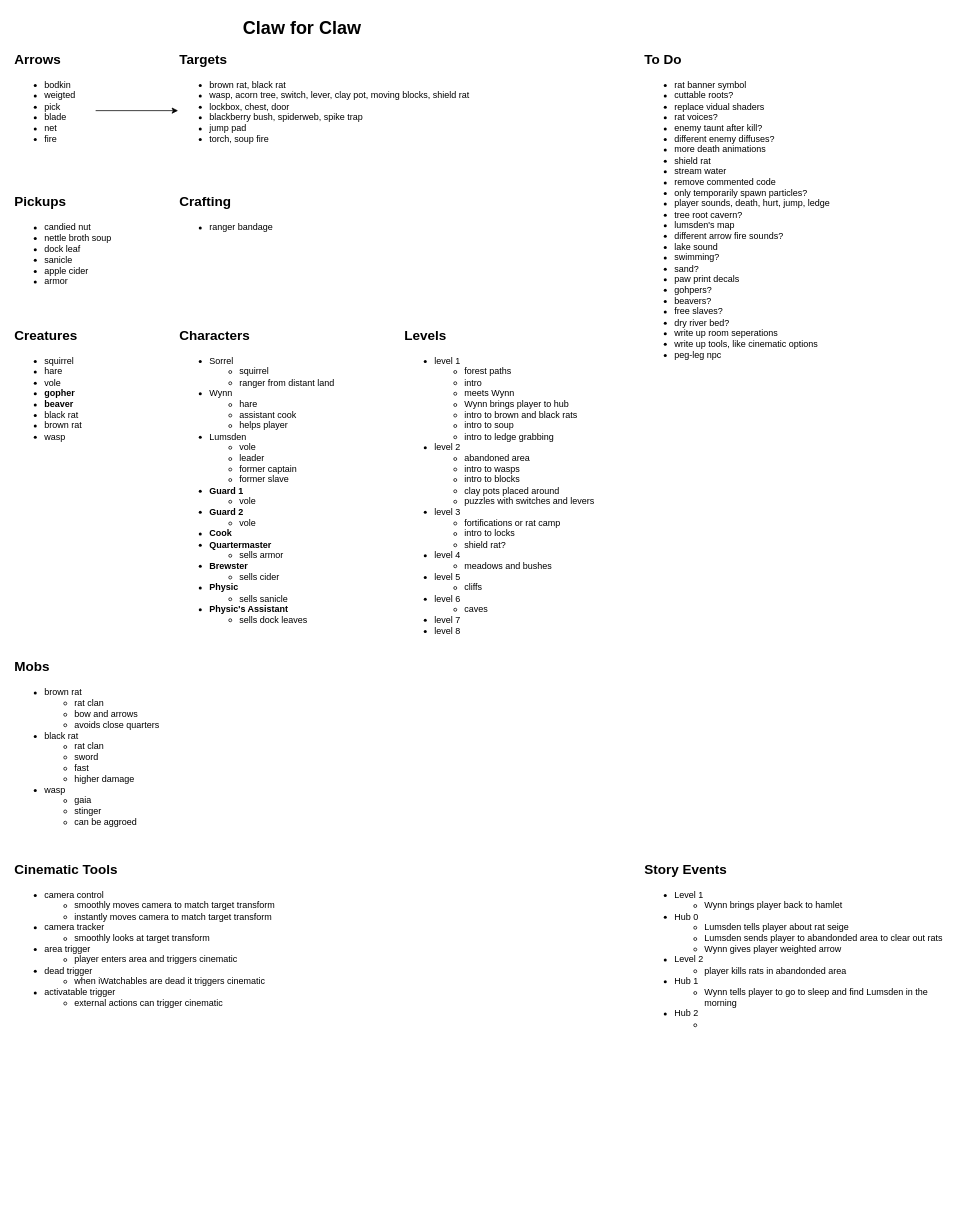
Above: Planning/design-doc.drawio in camerondedore/Godot-Project-3 (draw.io), before the change. Source tidied: cells renumbered, new cells numbered last; positions are measured from the earlier drawing's top-left corner, leaving out a move shared by most shapes. Both pictures are drawn from the tidied source at 75%, with x=0, y=0 at pixel (13, 13).
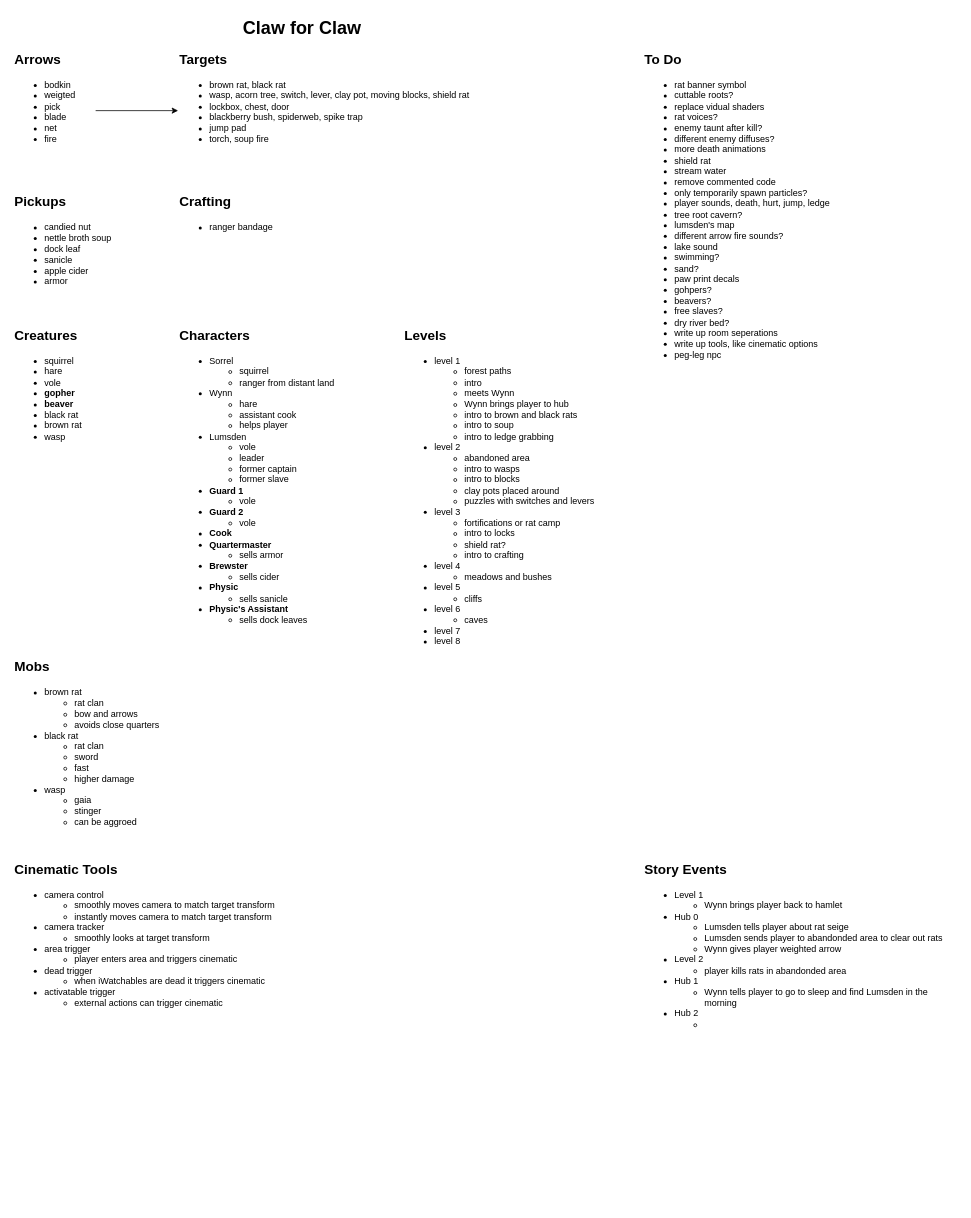
The same diagram, later.

Commit message (it also covers changes not shown here):
working on hub level

The edit, as a diff of the source:
```diff
@@
-    <mxCell id="17" value="&lt;ul&gt;&lt;li&gt;level 1&lt;/li&gt;&lt;ul&gt;&lt;li&gt;forest paths&lt;/li&gt;&lt;li&gt;intro&lt;/li&gt;&lt;li&gt;meets Wynn&lt;/li&gt;&lt;li&gt;Wynn brings player to hub&lt;/li&gt;&lt;li&gt;intro to brown and black rats&lt;/li&gt;&lt;li&gt;intro to soup&lt;/li&gt;&lt;li&gt;intro to ledge grabbing&lt;/li&gt;&lt;/ul&gt;&lt;li&gt;level 2&lt;/li&gt;&lt;ul&gt;&lt;li&gt;abandoned area&lt;/li&gt;&lt;li&gt;intro to wasps&lt;/li&gt;&lt;li&gt;intro to blocks&lt;/li&gt;&lt;li&gt;clay pots placed around&lt;/li&gt;&lt;li&gt;puzzles with switches and levers&lt;/li&gt;&lt;/ul&gt;&lt;li&gt;level 3&lt;/li&gt;&lt;ul&gt;&lt;li&gt;fortifications or rat camp&lt;/li&gt;&lt;li&gt;intro to locks&lt;/li&gt;&lt;li&gt;&lt;span style=&quot;background-color: transparent; color: light-dark(rgb(0, 0, 0), rgb(255, 255, 255));&quot;&gt;shield rat?&lt;/span&gt;&lt;br&gt;&lt;/li&gt;&lt;/ul&gt;&lt;li&gt;level 4&lt;/li&gt;&lt;ul&gt;&lt;li&gt;meadows and bushes&lt;/li&gt;&lt;/ul&gt;&lt;li&gt;level 5&lt;/li&gt;&lt;ul&gt;&lt;li&gt;cliffs&lt;/li&gt;&lt;/ul&gt;&lt;li&gt;level 6&lt;/li&gt;&lt;ul&gt;&lt;li&gt;caves&lt;/li&gt;&lt;/ul&gt;&lt;li&gt;level 7&lt;/li&gt;&lt;li&gt;level 8&lt;/li&gt;&lt;/ul&gt;" style="text;html=1;align=left;verticalAlign=top;whiteSpace=wrap;rounded=0;" parent="1" vertex="1">
+    <mxCell id="17" value="&lt;ul&gt;&lt;li&gt;level 1&lt;/li&gt;&lt;ul&gt;&lt;li&gt;forest paths&lt;/li&gt;&lt;li&gt;intro&lt;/li&gt;&lt;li&gt;meets Wynn&lt;/li&gt;&lt;li&gt;Wynn brings player to hub&lt;/li&gt;&lt;li&gt;intro to brown and black rats&lt;/li&gt;&lt;li&gt;intro to soup&lt;/li&gt;&lt;li&gt;intro to ledge grabbing&lt;/li&gt;&lt;/ul&gt;&lt;li&gt;level 2&lt;/li&gt;&lt;ul&gt;&lt;li&gt;abandoned area&lt;/li&gt;&lt;li&gt;intro to wasps&lt;/li&gt;&lt;li&gt;intro to blocks&lt;/li&gt;&lt;li&gt;clay pots placed around&lt;/li&gt;&lt;li&gt;puzzles with switches and levers&lt;/li&gt;&lt;/ul&gt;&lt;li&gt;level 3&lt;/li&gt;&lt;ul&gt;&lt;li&gt;fortifications or rat camp&lt;/li&gt;&lt;li&gt;intro to locks&lt;/li&gt;&lt;li&gt;&lt;span style=&quot;background-color: transparent; color: light-dark(rgb(0, 0, 0), rgb(255, 255, 255));&quot;&gt;shield rat?&lt;/span&gt;&lt;br&gt;&lt;/li&gt;&lt;li&gt;&lt;span style=&quot;background-color: transparent; color: light-dark(rgb(0, 0, 0), rgb(255, 255, 255));&quot;&gt;intro to crafting&lt;/span&gt;&lt;/li&gt;&lt;/ul&gt;&lt;li&gt;level 4&lt;/li&gt;&lt;ul&gt;&lt;li&gt;meadows and bushes&lt;/li&gt;&lt;/ul&gt;&lt;li&gt;level 5&lt;/li&gt;&lt;ul&gt;&lt;li&gt;cliffs&lt;/li&gt;&lt;/ul&gt;&lt;li&gt;level 6&lt;/li&gt;&lt;ul&gt;&lt;li&gt;caves&lt;/li&gt;&lt;/ul&gt;&lt;li&gt;level 7&lt;/li&gt;&lt;li&gt;level 8&lt;/li&gt;&lt;/ul&gt;" style="text;html=1;align=left;verticalAlign=top;whiteSpace=wrap;rounded=0;" parent="1" vertex="1">
       <mxGeometry x="520" y="438" width="280" height="402" as="geometry" />
     </mxCell>
```
